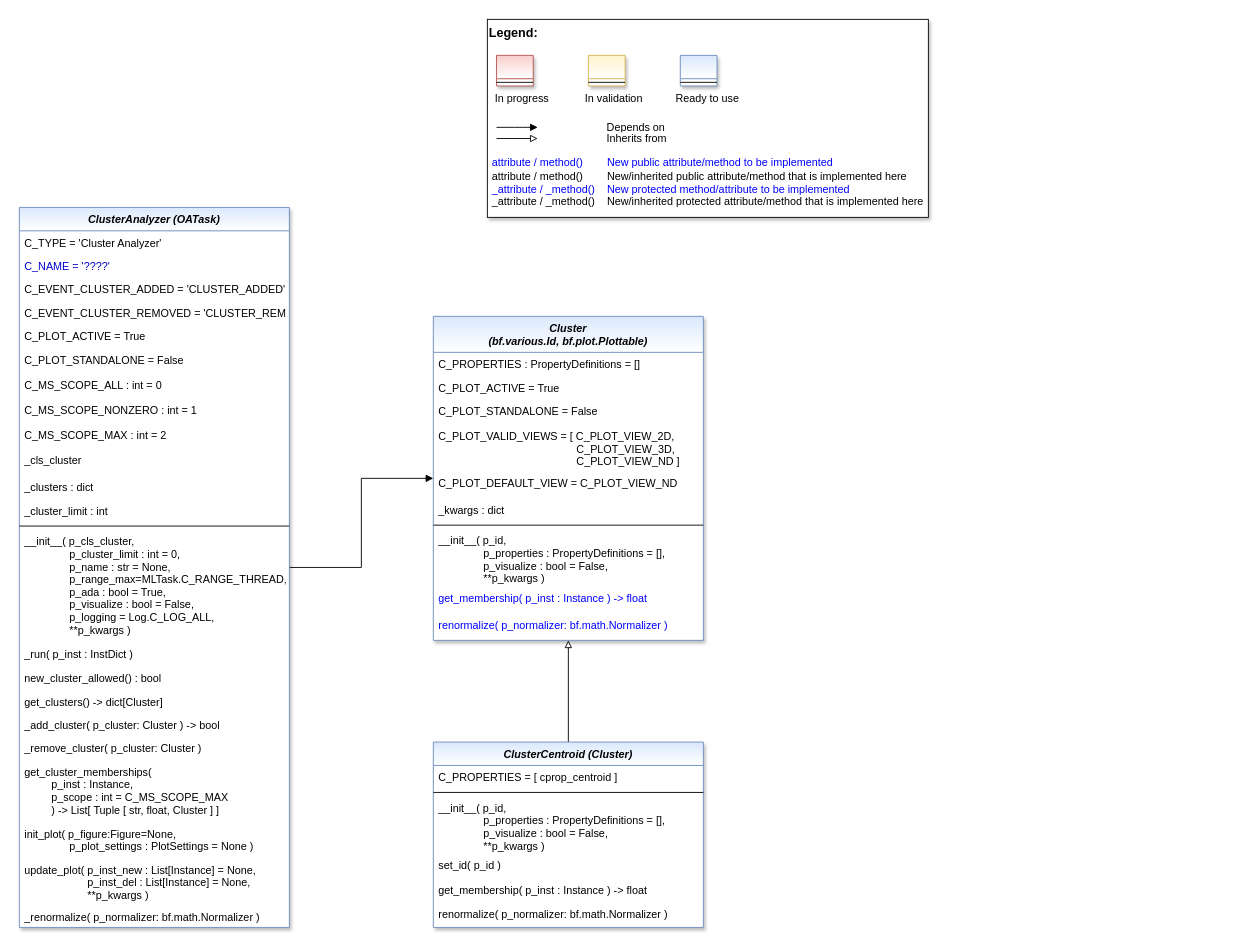
The draw.io diagram doc/rtd/content/99_appendices/appendix2/sub/core/mlpro_oa/streams/tasks/images/MLPro-OA-Cluster_Analyzers_class_diagram.drawio in fhswf/MLPro, before the edit. Source tidied: cells renumbered, new cells numbered last; positions are measured from the earlier drawing's top-left corner, leaving out a move shared by most shapes. Both pictures are drawn from the tidied source at 90%, with x=0, y=0 at pixel (19, 19).
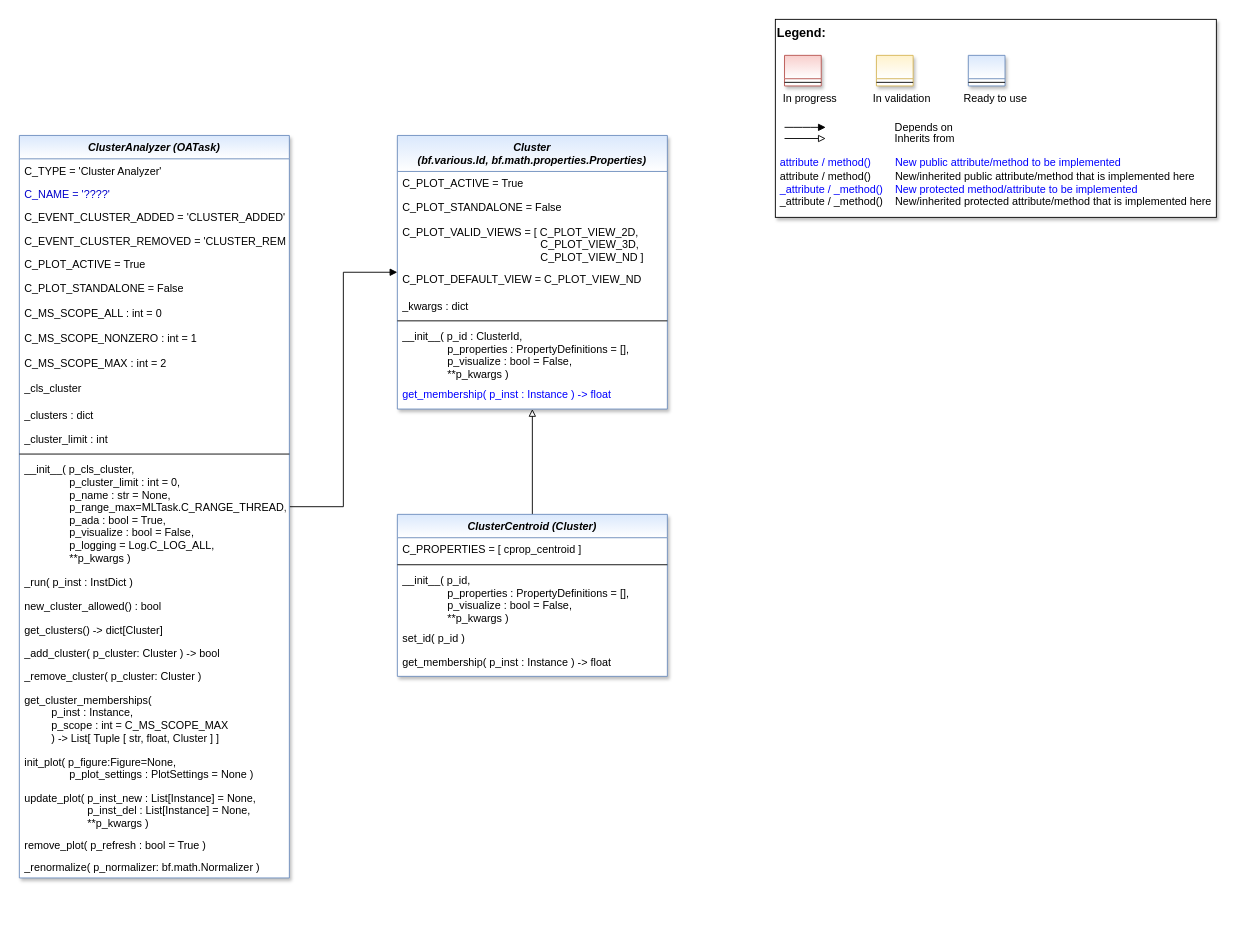
Above is the later version.

Commit message (it also covers changes not shown here):
OA-Streams: Systematics for general properties of a cluster #778

Diff of the diagram source:
```diff
@@
     <mxCell id="3" value="ClusterAnalyzer (OATask)" style="swimlane;fontStyle=3;align=center;verticalAlign=top;horizontal=1;startSize=26;rounded=0;shadow=1;strokeWidth=1;fillColor=#dae8fc;strokeColor=#6c8ebf;swimlaneFillColor=#ffffff;gradientColor=#FFFFFF;" parent="1" vertex="1">
-      <mxGeometry y="209" width="300" height="800" as="geometry" />
+      <mxGeometry y="129" width="300" height="825" as="geometry" />
     </mxCell>
@@
+    <mxCell id="56" value="remove_plot( p_refresh : bool = True )" style="text;align=left;verticalAlign=top;spacingLeft=4;spacingRight=4;overflow=hidden;fontColor=default;" parent="3" vertex="1">
+      <mxGeometry y="775" width="300" height="25" as="geometry" />
+    </mxCell>
     <mxCell id="26" value="_renormalize( p_normalizer: bf.math.Normalizer )" style="text;align=left;verticalAlign=top;spacingLeft=4;spacingRight=4;overflow=hidden;fontColor=default;" parent="3" vertex="1">
-      <mxGeometry y="775" width="300" height="25" as="geometry" />
+      <mxGeometry y="800" width="300" height="25" as="geometry" />
     </mxCell>
-    <mxCell id="27" value="Cluster &#10;(bf.various.Id, bf.plot.Plottable)" style="swimlane;fontStyle=3;align=center;verticalAlign=top;horizontal=1;startSize=40;rounded=0;shadow=1;strokeWidth=1;fillColor=#dae8fc;strokeColor=#6c8ebf;swimlaneFillColor=#ffffff;gradientColor=#FFFFFF;" parent="1" vertex="1">
-      <mxGeometry x="460" y="330" width="300" height="360" as="geometry" />
+    <mxCell id="27" value="Cluster &#10;(bf.various.Id, bf.math.properties.Properties)" style="swimlane;fontStyle=3;align=center;verticalAlign=top;horizontal=1;startSize=40;rounded=0;shadow=1;strokeWidth=1;fillColor=#dae8fc;strokeColor=#6c8ebf;swimlaneFillColor=#ffffff;gradientColor=#FFFFFF;" parent="1" vertex="1">
+      <mxGeometry x="420" y="129" width="300" height="304" as="geometry" />
     </mxCell>
-    <mxCell id="28" value="C_PROPERTIES : PropertyDefinitions = []" style="text;align=left;verticalAlign=top;spacingLeft=4;spacingRight=4;overflow=hidden;fontColor=default;" parent="27" vertex="1">
-      <mxGeometry y="40" width="300" height="26" as="geometry" />
-    </mxCell>
     <mxCell id="29" value="C_PLOT_ACTIVE = True" style="text;align=left;verticalAlign=top;spacingLeft=4;spacingRight=4;overflow=hidden;fontColor=default;" parent="27" vertex="1">
-      <mxGeometry y="66" width="300" height="26" as="geometry" />
+      <mxGeometry y="40" width="300" height="26" as="geometry" />
     </mxCell>
     <mxCell id="30" value="C_PLOT_STANDALONE = False" style="text;align=left;verticalAlign=top;spacingLeft=4;spacingRight=4;overflow=hidden;fontColor=default;" parent="27" vertex="1">
-      <mxGeometry y="92" width="300" height="28" as="geometry" />
+      <mxGeometry y="66" width="300" height="28" as="geometry" />
     </mxCell>
     <mxCell id="31" value="C_PLOT_VALID_VIEWS = [ C_PLOT_VIEW_2D,&#10;                                              C_PLOT_VIEW_3D,&#10;                                              C_PLOT_VIEW_ND ]" style="text;align=left;verticalAlign=top;spacingLeft=4;spacingRight=4;overflow=hidden;fontColor=default;" parent="27" vertex="1">
-      <mxGeometry y="120" width="300" height="52" as="geometry" />
+      <mxGeometry y="94" width="300" height="52" as="geometry" />
     </mxCell>
     <mxCell id="32" value="C_PLOT_DEFAULT_VIEW = C_PLOT_VIEW_ND" style="text;align=left;verticalAlign=top;spacingLeft=4;spacingRight=4;overflow=hidden;fontColor=default;" parent="27" vertex="1">
-      <mxGeometry y="172" width="300" height="30" as="geometry" />
+      <mxGeometry y="146" width="300" height="30" as="geometry" />
     </mxCell>
     <mxCell id="33" value="_kwargs : dict" style="text;align=left;verticalAlign=top;spacingLeft=4;spacingRight=4;overflow=hidden;fontColor=default;" parent="27" vertex="1">
-      <mxGeometry y="202" width="300" height="26" as="geometry" />
+      <mxGeometry y="176" width="300" height="26" as="geometry" />
     </mxCell>
     <mxCell id="34" style="line;html=1;strokeWidth=1;align=left;verticalAlign=middle;spacingTop=-1;spacingLeft=3;spacingRight=3;labelPosition=right;" parent="27" vertex="1">
-      <mxGeometry y="228" width="300" height="8" as="geometry" />
+      <mxGeometry y="202" width="300" height="8" as="geometry" />
     </mxCell>
-    <mxCell id="35" value="__init__( p_id, &#10;               p_properties : PropertyDefinitions = [],&#10;               p_visualize : bool = False,&#10;               **p_kwargs )" style="text;align=left;verticalAlign=top;spacingLeft=4;spacingRight=4;overflow=hidden;fontColor=default;" parent="27" vertex="1">
-      <mxGeometry y="236" width="300" height="64" as="geometry" />
+    <mxCell id="35" value="__init__( p_id : ClusterId, &#10;               p_properties : PropertyDefinitions = [],&#10;               p_visualize : bool = False,&#10;               **p_kwargs )" style="text;align=left;verticalAlign=top;spacingLeft=4;spacingRight=4;overflow=hidden;fontColor=default;" parent="27" vertex="1">
+      <mxGeometry y="210" width="300" height="64" as="geometry" />
     </mxCell>
     <mxCell id="36" value="get_membership( p_inst : Instance ) -&gt; float" style="text;align=left;verticalAlign=top;spacingLeft=4;spacingRight=4;overflow=hidden;fontColor=#0000FF;" parent="27" vertex="1">
-      <mxGeometry y="300" width="300" height="30" as="geometry" />
+      <mxGeometry y="274" width="300" height="30" as="geometry" />
     </mxCell>
-    <mxCell id="37" value="renormalize( p_normalizer: bf.math.Normalizer )" style="text;align=left;verticalAlign=top;spacingLeft=4;spacingRight=4;overflow=hidden;fontColor=#0000FF;labelBackgroundColor=none;" parent="27" vertex="1">
-      <mxGeometry y="330" width="300" height="25" as="geometry" />
-    </mxCell>
@@
     <mxCell id="39" value="ClusterCentroid (Cluster)" style="swimlane;fontStyle=3;align=center;verticalAlign=top;horizontal=1;startSize=26;rounded=0;shadow=1;strokeWidth=1;fillColor=#dae8fc;strokeColor=#6c8ebf;swimlaneFillColor=#ffffff;gradientColor=#FFFFFF;" parent="1" vertex="1">
-      <mxGeometry x="460" y="803" width="300" height="206" as="geometry" />
+      <mxGeometry x="420" y="550" width="300" height="180" as="geometry" />
     </mxCell>
@@
-    <mxCell id="45" value="renormalize( p_normalizer: bf.math.Normalizer )" style="text;align=left;verticalAlign=top;spacingLeft=4;spacingRight=4;overflow=hidden;fontColor=default;" parent="39" vertex="1">
-      <mxGeometry y="178" width="300" height="25" as="geometry" />
-    </mxCell>
     <mxCell id="46" style="group;" parent="1" vertex="1">
-      <mxGeometry x="520" width="490" height="220" as="geometry" />
+      <mxGeometry x="840" width="490" height="220" as="geometry" />
     </mxCell>
```
